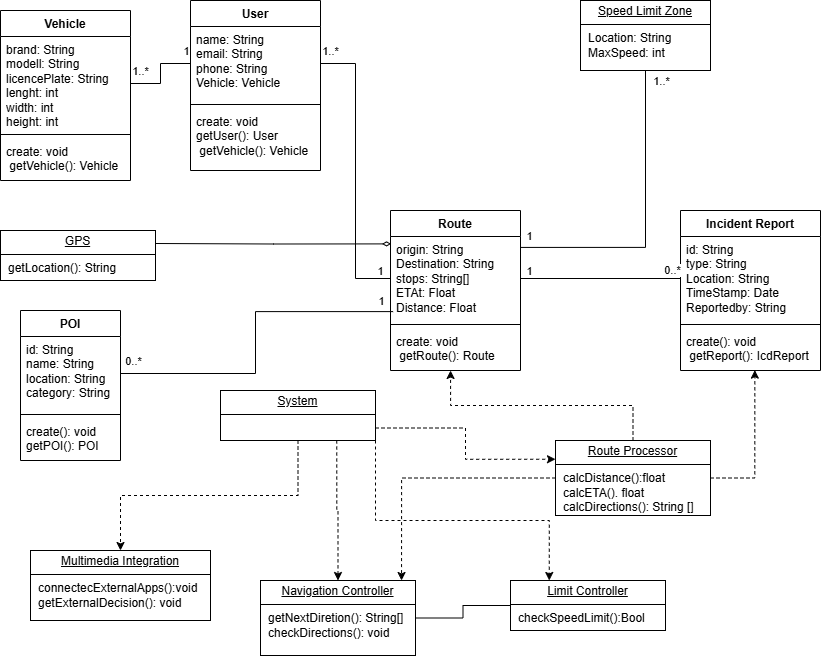
Earlier version of the draw.io export Diagrams/LogicalView.drawio.png (luislamy/msp). Source tidied: cells renumbered, new cells last; positions are measured from the earlier drawing's top-left corner, leaving out a move shared by most shapes.
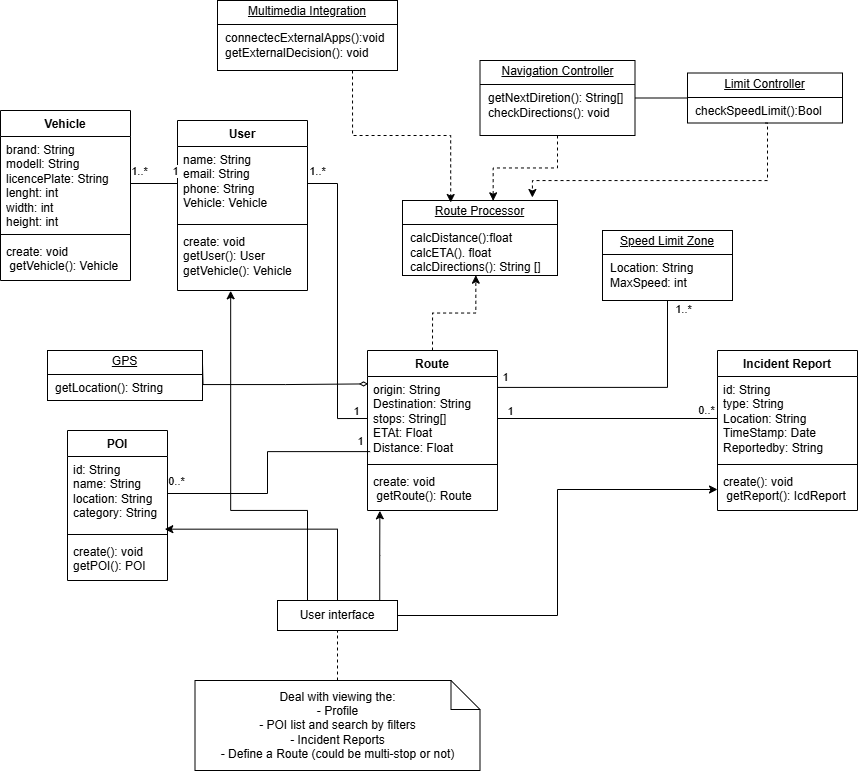
The same diagram one commit later.

The edit, as a diff of the source:
```diff
@@ -3,7 +3,7 @@
     <mxCell id="0" />
     <mxCell id="1" parent="0" />
     <mxCell id="2" value="User" style="swimlane;fontStyle=1;align=center;verticalAlign=top;horizontal=1;startSize=26;whiteSpace=wrap;html=1;" parent="1" vertex="1">
-      <mxGeometry x="190" width="130" height="170" as="geometry" />
+      <mxGeometry x="130" width="130" height="170" as="geometry" />
     </mxCell>
     <mxCell id="3" value="name: String&lt;div&gt;email:&amp;nbsp;&lt;span style=&quot;background-color: transparent; color: light-dark(rgb(0, 0, 0), rgb(255, 255, 255));&quot;&gt;String&lt;/span&gt;&lt;/div&gt;&lt;div&gt;&lt;span style=&quot;background-color: transparent; color: light-dark(rgb(0, 0, 0), rgb(255, 255, 255));&quot;&gt;phone:&amp;nbsp;&lt;/span&gt;&lt;span style=&quot;background-color: transparent; color: light-dark(rgb(0, 0, 0), rgb(255, 255, 255));&quot;&gt;String&lt;/span&gt;&lt;/div&gt;&lt;div&gt;Vehicle: Vehicle&lt;/div&gt;" style="text;strokeColor=none;fillColor=none;align=left;verticalAlign=top;spacingLeft=4;spacingRight=4;overflow=hidden;points=[[0,0.5],[1,0.5]];portConstraint=eastwest;whiteSpace=wrap;html=1;" parent="2" vertex="1">
       <mxGeometry y="26" width="130" height="74" as="geometry" />
@@ -11,11 +11,11 @@
     <mxCell id="4" style="line;strokeWidth=1;fillColor=none;align=left;verticalAlign=middle;spacingTop=-1;spacingLeft=3;spacingRight=3;labelPosition=right;strokeColor=inherit;" parent="2" vertex="1">
       <mxGeometry y="100" width="130" height="8" as="geometry" />
     </mxCell>
-    <mxCell id="5" value="create: void&amp;nbsp;&lt;div&gt;getUser(): User&lt;/div&gt;&lt;div&gt;&amp;nbsp;getVehicle(): Vehicle&lt;/div&gt;" style="text;strokeColor=none;fillColor=none;align=left;verticalAlign=top;spacingLeft=4;spacingRight=4;overflow=hidden;points=[[0,0.5],[1,0.5]];portConstraint=eastwest;whiteSpace=wrap;html=1;" parent="2" vertex="1">
+    <mxCell id="5" value="create: void&amp;nbsp;&lt;div&gt;getUser(): User&lt;/div&gt;&lt;div&gt;getVehicle(): Vehicle&lt;/div&gt;" style="text;strokeColor=none;fillColor=none;align=left;verticalAlign=top;spacingLeft=4;spacingRight=4;overflow=hidden;points=[[0,0.5],[1,0.5]];portConstraint=eastwest;whiteSpace=wrap;html=1;" parent="2" vertex="1">
       <mxGeometry y="108" width="130" height="62" as="geometry" />
     </mxCell>
     <mxCell id="6" value="Vehicle" style="swimlane;fontStyle=1;align=center;verticalAlign=top;horizontal=1;startSize=26;whiteSpace=wrap;html=1;" parent="1" vertex="1">
-      <mxGeometry y="10" width="130" height="170" as="geometry" />
+      <mxGeometry x="-47" y="-10" width="130" height="170" as="geometry" />
     </mxCell>
     <mxCell id="7" value="brand: String&lt;div&gt;modell:&amp;nbsp;&lt;span style=&quot;background-color: transparent; color: light-dark(rgb(0, 0, 0), rgb(255, 255, 255));&quot;&gt;String&lt;/span&gt;&lt;/div&gt;&lt;div&gt;&lt;span style=&quot;background-color: transparent; color: light-dark(rgb(0, 0, 0), rgb(255, 255, 255));&quot;&gt;licencePlate:&amp;nbsp;&lt;/span&gt;&lt;span style=&quot;background-color: transparent; color: light-dark(rgb(0, 0, 0), rgb(255, 255, 255));&quot;&gt;String&lt;/span&gt;&lt;/div&gt;&lt;div&gt;lenght: int&lt;/div&gt;&lt;div&gt;width:&amp;nbsp;&lt;span style=&quot;background-color: transparent; color: light-dark(rgb(0, 0, 0), rgb(255, 255, 255));&quot;&gt;int&lt;br&gt;&lt;/span&gt;&lt;/div&gt;&lt;div&gt;&lt;span style=&quot;background-color: transparent; color: light-dark(rgb(0, 0, 0), rgb(255, 255, 255));&quot;&gt;height:&amp;nbsp;&lt;/span&gt;&lt;span style=&quot;background-color: transparent; color: light-dark(rgb(0, 0, 0), rgb(255, 255, 255));&quot;&gt;int&lt;/span&gt;&lt;/div&gt;" style="text;strokeColor=none;fillColor=none;align=left;verticalAlign=top;spacingLeft=4;spacingRight=4;overflow=hidden;points=[[0,0.5],[1,0.5]];portConstraint=eastwest;whiteSpace=wrap;html=1;" parent="6" vertex="1">
       <mxGeometry y="26" width="130" height="94" as="geometry" />
@@ -39,10 +39,10 @@
       <mxGeometry y="108" width="100" height="42" as="geometry" />
     </mxCell>
     <mxCell id="14" value="&lt;p style=&quot;margin:0px;margin-top:4px;text-align:center;text-decoration:underline;&quot;&gt;Multimedia Integration&lt;/p&gt;&lt;hr size=&quot;1&quot; style=&quot;border-style:solid;&quot;&gt;&lt;p style=&quot;margin:0px;margin-left:8px;&quot;&gt;connectecExternalApps():void&lt;/p&gt;&lt;p style=&quot;margin:0px;margin-left:8px;&quot;&gt;getExternalDecision(): void&lt;/p&gt;" style="verticalAlign=top;align=left;overflow=fill;html=1;whiteSpace=wrap;" parent="1" vertex="1">
-      <mxGeometry x="30" y="550" width="180" height="70" as="geometry" />
+      <mxGeometry x="170" y="-120" width="180" height="70" as="geometry" />
     </mxCell>
     <mxCell id="15" value="Route" style="swimlane;fontStyle=1;align=center;verticalAlign=top;horizontal=1;startSize=26;whiteSpace=wrap;html=1;" parent="1" vertex="1">
-      <mxGeometry x="390" y="210" width="130" height="160" as="geometry" />
+      <mxGeometry x="320" y="230" width="130" height="160" as="geometry" />
     </mxCell>
     <mxCell id="16" value="origin: String&lt;div&gt;Destination:&amp;nbsp;&lt;span style=&quot;background-color: transparent; color: light-dark(rgb(0, 0, 0), rgb(255, 255, 255));&quot;&gt;String&lt;/span&gt;&lt;/div&gt;&lt;div&gt;&lt;span style=&quot;background-color: transparent; color: light-dark(rgb(0, 0, 0), rgb(255, 255, 255));&quot;&gt;stops:&amp;nbsp;&lt;/span&gt;&lt;span style=&quot;background-color: transparent; color: light-dark(rgb(0, 0, 0), rgb(255, 255, 255));&quot;&gt;String[]&lt;/span&gt;&lt;/div&gt;&lt;div&gt;ETAt: Float&lt;/div&gt;&lt;div&gt;Distance: Float&lt;/div&gt;" style="text;strokeColor=none;fillColor=none;align=left;verticalAlign=top;spacingLeft=4;spacingRight=4;overflow=hidden;points=[[0,0.5],[1,0.5]];portConstraint=eastwest;whiteSpace=wrap;html=1;" parent="15" vertex="1">
       <mxGeometry y="26" width="130" height="84" as="geometry" />
@@ -54,10 +54,10 @@
       <mxGeometry y="118" width="130" height="42" as="geometry" />
     </mxCell>
     <mxCell id="19" value="&lt;p style=&quot;margin:0px;margin-top:4px;text-align:center;text-decoration:underline;&quot;&gt;Speed Limit Zone&lt;/p&gt;&lt;hr size=&quot;1&quot; style=&quot;border-style:solid;&quot;&gt;&lt;p style=&quot;margin:0px;margin-left:8px;&quot;&gt;Location: String&lt;/p&gt;&lt;p style=&quot;margin:0px;margin-left:8px;&quot;&gt;MaxSpeed: int&lt;/p&gt;" style="verticalAlign=top;align=left;overflow=fill;html=1;whiteSpace=wrap;" parent="1" vertex="1">
-      <mxGeometry x="580" width="130" height="70" as="geometry" />
+      <mxGeometry x="555" y="110" width="130" height="70" as="geometry" />
     </mxCell>
     <mxCell id="20" value="Incident Report" style="swimlane;fontStyle=1;align=center;verticalAlign=top;horizontal=1;startSize=26;whiteSpace=wrap;html=1;" parent="1" vertex="1">
-      <mxGeometry x="680" y="210" width="140" height="160" as="geometry" />
+      <mxGeometry x="670" y="230" width="140" height="160" as="geometry" />
     </mxCell>
     <mxCell id="21" value="id: String&lt;div&gt;type:&amp;nbsp;&lt;span style=&quot;background-color: transparent; color: light-dark(rgb(0, 0, 0), rgb(255, 255, 255));&quot;&gt;String&lt;/span&gt;&lt;/div&gt;&lt;div&gt;&lt;span style=&quot;background-color: transparent; color: light-dark(rgb(0, 0, 0), rgb(255, 255, 255));&quot;&gt;Location:&amp;nbsp;&lt;/span&gt;&lt;span style=&quot;background-color: transparent; color: light-dark(rgb(0, 0, 0), rgb(255, 255, 255));&quot;&gt;String&lt;/span&gt;&lt;/div&gt;&lt;div&gt;TimeStamp: Date&lt;/div&gt;&lt;div&gt;Reportedby: String&lt;/div&gt;" style="text;strokeColor=none;fillColor=none;align=left;verticalAlign=top;spacingLeft=4;spacingRight=4;overflow=hidden;points=[[0,0.5],[1,0.5]];portConstraint=eastwest;whiteSpace=wrap;html=1;" parent="20" vertex="1">
       <mxGeometry y="26" width="140" height="84" as="geometry" />
@@ -134,10 +134,10 @@
       </mxGeometry>
     </mxCell>
     <mxCell id="39" value="&lt;p style=&quot;margin:0px;margin-top:4px;text-align:center;text-decoration:underline;&quot;&gt;Limit Controller&lt;/p&gt;&lt;hr size=&quot;1&quot; style=&quot;border-style:solid;&quot;&gt;&lt;p style=&quot;margin:0px;margin-left:8px;&quot;&gt;checkSpeedLimit():Bool&lt;/p&gt;" style="verticalAlign=top;align=left;overflow=fill;html=1;whiteSpace=wrap;" parent="1" vertex="1">
-      <mxGeometry x="510" y="580" width="155" height="50" as="geometry" />
+      <mxGeometry x="640" y="-47.5" width="155" height="50" as="geometry" />
     </mxCell>
     <mxCell id="40" value="&lt;p style=&quot;margin:0px;margin-top:4px;text-align:center;text-decoration:underline;&quot;&gt;Route Processor&lt;/p&gt;&lt;hr size=&quot;1&quot; style=&quot;border-style:solid;&quot;&gt;&lt;p style=&quot;margin:0px;margin-left:8px;&quot;&gt;calcDistance():float&lt;/p&gt;&lt;p style=&quot;margin:0px;margin-left:8px;&quot;&gt;calcETA(). float&lt;/p&gt;&lt;p style=&quot;margin:0px;margin-left:8px;&quot;&gt;calcDirections(): String []&lt;/p&gt;" style="verticalAlign=top;align=left;overflow=fill;html=1;whiteSpace=wrap;" parent="1" vertex="1">
-      <mxGeometry x="555" y="440" width="155" height="75" as="geometry" />
+      <mxGeometry x="355" y="80" width="155" height="75" as="geometry" />
     </mxCell>
     <mxCell id="41" style="edgeStyle=orthogonalEdgeStyle;rounded=0;jettySize=auto;html=1;entryX=0.004;entryY=0.088;entryDx=0;entryDy=0;endArrow=diamondThin;endFill=0;entryPerimeter=0;" parent="1" edge="1" target="16">
       <mxGeometry relative="1" as="geometry">
@@ -151,36 +151,51 @@
       <mxGeometry relative="1" as="geometry" />
     </mxCell>
     <mxCell id="44" value="&lt;p style=&quot;margin:0px;margin-top:4px;text-align:center;text-decoration:underline;&quot;&gt;Navigation Controller&lt;/p&gt;&lt;hr size=&quot;1&quot; style=&quot;border-style:solid;&quot;&gt;&lt;p style=&quot;margin:0px;margin-left:8px;&quot;&gt;getNextDiretion(): String[]&lt;/p&gt;&lt;p style=&quot;margin:0px;margin-left:8px;&quot;&gt;checkDirections(): void&lt;/p&gt;" style="verticalAlign=top;align=left;overflow=fill;html=1;whiteSpace=wrap;" parent="1" vertex="1">
-      <mxGeometry x="260" y="580" width="155" height="75" as="geometry" />
+      <mxGeometry x="432.5" y="-60" width="155" height="75" as="geometry" />
     </mxCell>
-    <mxCell id="45" style="edgeStyle=orthogonalEdgeStyle;rounded=0;jettySize=auto;html=1;exitX=0.5;exitY=0;exitDx=0;exitDy=0;entryX=0.462;entryY=1;entryDx=0;entryDy=0;entryPerimeter=0;dashed=1;" parent="1" edge="1" source="40" target="18">
-      <mxGeometry relative="1" as="geometry" />
-    </mxCell>
-    <mxCell id="46" style="edgeStyle=orthogonalEdgeStyle;rounded=0;jettySize=auto;html=1;exitX=1;exitY=0.5;exitDx=0;exitDy=0;entryX=0.531;entryY=0.991;entryDx=0;entryDy=0;entryPerimeter=0;dashed=1;" parent="1" edge="1" source="40" target="23">
-      <mxGeometry relative="1" as="geometry" />
-    </mxCell>
-    <mxCell id="47" style="edgeStyle=orthogonalEdgeStyle;rounded=0;jettySize=auto;html=1;exitX=0;exitY=0.5;exitDx=0;exitDy=0;entryX=0.91;entryY=0;entryDx=0;entryDy=0;entryPerimeter=0;dashed=1;" parent="1" edge="1" source="40" target="44">
-      <mxGeometry relative="1" as="geometry" />
-    </mxCell>
-    <mxCell id="48" style="edgeStyle=orthogonalEdgeStyle;rounded=0;jettySize=auto;html=1;exitX=0.5;exitY=1;exitDx=0;exitDy=0;entryX=0.5;entryY=0;entryDx=0;entryDy=0;dashed=1;" parent="1" edge="1" source="51" target="14">
-      <mxGeometry relative="1" as="geometry" />
-    </mxCell>
-    <mxCell id="49" style="edgeStyle=orthogonalEdgeStyle;rounded=0;jettySize=auto;html=1;exitX=0.75;exitY=1;exitDx=0;exitDy=0;entryX=0.5;entryY=0;entryDx=0;entryDy=0;dashed=1;" parent="1" edge="1" source="51" target="44">
-      <mxGeometry relative="1" as="geometry" />
-    </mxCell>
-    <mxCell id="50" style="edgeStyle=orthogonalEdgeStyle;rounded=0;jettySize=auto;html=1;exitX=1;exitY=1;exitDx=0;exitDy=0;entryX=0.25;entryY=0;entryDx=0;entryDy=0;endArrow=classic;endFill=1;dashed=1;" parent="1" edge="1" source="51" target="39">
-      <mxGeometry relative="1" as="geometry">
-        <Array as="points">
-          <mxPoint x="375" y="520" />
-          <mxPoint x="549" y="520" />
-        </Array>
-      </mxGeometry>
-    </mxCell>
-    <mxCell id="51" value="&lt;p style=&quot;margin:0px;margin-top:4px;text-align:center;text-decoration:underline;&quot;&gt;System&lt;/p&gt;&lt;hr size=&quot;1&quot; style=&quot;border-style:solid;&quot;&gt;&lt;p style=&quot;margin:0px;margin-left:8px;&quot;&gt;&lt;br&gt;&lt;/p&gt;" style="verticalAlign=top;align=left;overflow=fill;html=1;whiteSpace=wrap;" parent="1" vertex="1">
-      <mxGeometry x="220" y="390" width="155" height="50" as="geometry" />
-    </mxCell>
-    <mxCell id="52" style="edgeStyle=orthogonalEdgeStyle;rounded=0;jettySize=auto;html=1;exitX=1;exitY=0.75;exitDx=0;exitDy=0;entryX=0;entryY=0.25;entryDx=0;entryDy=0;dashed=1;" parent="1" edge="1" source="51" target="40">
-      <mxGeometry relative="1" as="geometry" />
-    </mxCell>
+    <mxCell id="53" style="edgeStyle=orthogonalEdgeStyle;rounded=0;jettySize=auto;html=1;exitX=0.5;exitY=0;exitDx=0;exitDy=0;entryX=0.473;entryY=0.996;entryDx=0;entryDy=0;entryPerimeter=0;dashed=1;" parent="1" edge="1" source="15" target="40">
+      <mxGeometry relative="1" as="geometry" />
+    </mxCell>
+    <mxCell id="54" style="edgeStyle=orthogonalEdgeStyle;rounded=0;jettySize=auto;html=1;exitX=0.75;exitY=1;exitDx=0;exitDy=0;entryX=0.311;entryY=0.027;entryDx=0;entryDy=0;entryPerimeter=0;dashed=1;" parent="1" edge="1" source="14" target="40">
+      <mxGeometry relative="1" as="geometry" />
+    </mxCell>
+    <mxCell id="55" style="edgeStyle=orthogonalEdgeStyle;rounded=0;jettySize=auto;html=1;exitX=0.5;exitY=1;exitDx=0;exitDy=0;entryX=0.585;entryY=0.004;entryDx=0;entryDy=0;entryPerimeter=0;dashed=1;" parent="1" edge="1" source="44" target="40">
+      <mxGeometry relative="1" as="geometry" />
+    </mxCell>
+    <mxCell id="56" style="edgeStyle=orthogonalEdgeStyle;rounded=0;jettySize=auto;html=1;exitX=0.5;exitY=1;exitDx=0;exitDy=0;entryX=0.838;entryY=-0.04;entryDx=0;entryDy=0;entryPerimeter=0;dashed=1;" parent="1" edge="1" source="39" target="40">
+      <mxGeometry relative="1" as="geometry">
+        <Array as="points">
+          <mxPoint x="720" y="3" />
+          <mxPoint x="720" y="60" />
+          <mxPoint x="485" y="60" />
+        </Array>
+      </mxGeometry>
+    </mxCell>
+    <mxCell id="57" style="edgeStyle=orthogonalEdgeStyle;rounded=0;jettySize=auto;html=1;exitX=1;exitY=0.5;exitDx=0;exitDy=0;entryX=0;entryY=0.5;entryDx=0;entryDy=0;" parent="1" edge="1" source="58" target="23">
+      <mxGeometry relative="1" as="geometry" />
+    </mxCell>
+    <mxCell id="58" value="User interface" style="rounded=0;whiteSpace=wrap;html=1;" parent="1" vertex="1">
+      <mxGeometry x="230" y="480" width="120" height="30" as="geometry" />
+    </mxCell>
+    <mxCell id="59" style="edgeStyle=orthogonalEdgeStyle;rounded=0;jettySize=auto;html=1;exitX=0.5;exitY=0;exitDx=0;exitDy=0;entryX=0.973;entryY=0.982;entryDx=0;entryDy=0;entryPerimeter=0;" parent="1" edge="1" source="58" target="11">
+      <mxGeometry relative="1" as="geometry" />
+    </mxCell>
+    <mxCell id="60" style="edgeStyle=orthogonalEdgeStyle;rounded=0;jettySize=auto;html=1;entryX=0.095;entryY=1.008;entryDx=0;entryDy=0;entryPerimeter=0;exitX=0.852;exitY=-0.013;exitDx=0;exitDy=0;exitPerimeter=0;" parent="1" edge="1" source="58" target="18">
+      <mxGeometry relative="1" as="geometry" />
+    </mxCell>
+    <mxCell id="61" style="edgeStyle=orthogonalEdgeStyle;rounded=0;jettySize=auto;html=1;exitX=0.25;exitY=0;exitDx=0;exitDy=0;entryX=0.409;entryY=1.005;entryDx=0;entryDy=0;entryPerimeter=0;" parent="1" edge="1" source="58" target="5">
+      <mxGeometry relative="1" as="geometry">
+        <Array as="points">
+          <mxPoint x="260" y="390" />
+          <mxPoint x="183" y="390" />
+        </Array>
+      </mxGeometry>
+    </mxCell>
+    <mxCell id="62" style="edgeStyle=orthogonalEdgeStyle;rounded=0;jettySize=auto;html=1;exitX=0.5;exitY=0;exitDx=0;exitDy=0;exitPerimeter=0;entryX=0.5;entryY=1;entryDx=0;entryDy=0;dashed=1;endArrow=none;startFill=0;" parent="1" edge="1" source="63" target="58">
+      <mxGeometry relative="1" as="geometry" />
+    </mxCell>
+    <mxCell id="63" value="Deal with viewing the:&lt;br&gt;- Profile&lt;div&gt;- POI list and search by filters&lt;/div&gt;&lt;div&gt;- Incident Reports&lt;/div&gt;&lt;div&gt;- Define a Route (could be multi-stop or not)&lt;/div&gt;" style="shape=note;size=29;whiteSpace=wrap;html=1;" parent="1" vertex="1">
+      <mxGeometry x="147.5" y="560" width="285" height="90" as="geometry" />
+    </mxCell>
   </root>
 </mxGraphModel>
```
